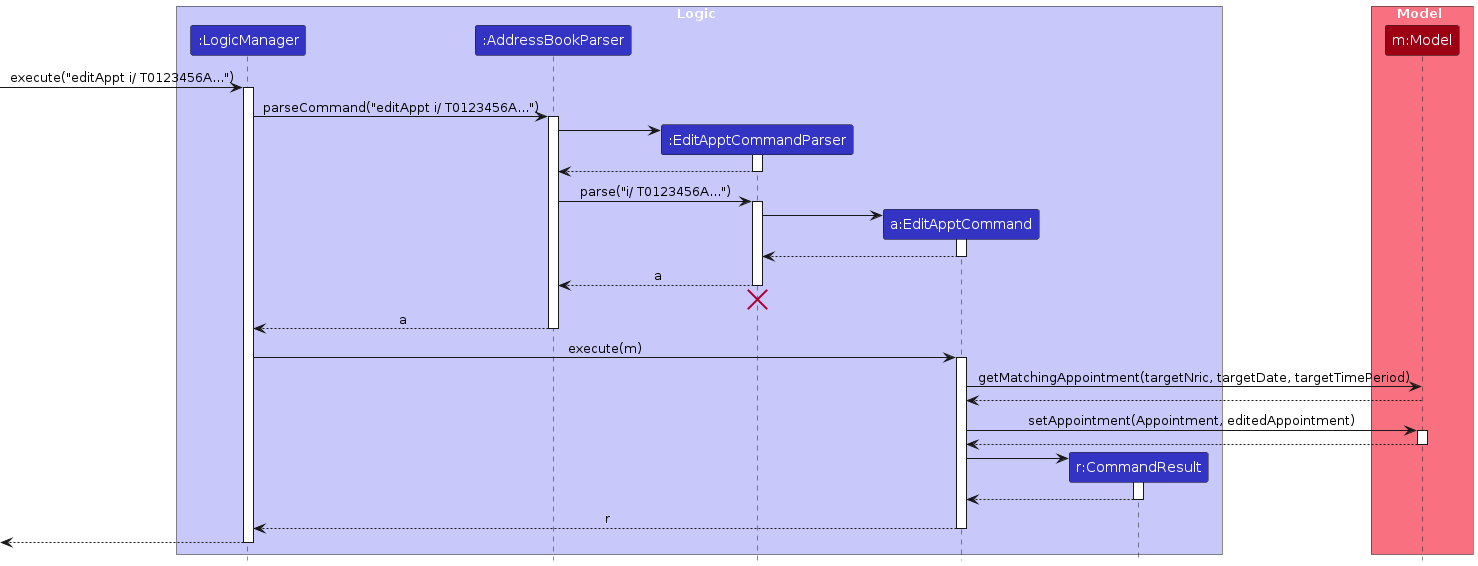
Above: diagrams/EditApptSequenceDiagram.png in AY2324S2-CS2103T-F10-3/tp (PlantUML), before the change. Its source is kept beside it as diagrams/EditApptSequenceDiagram.puml.
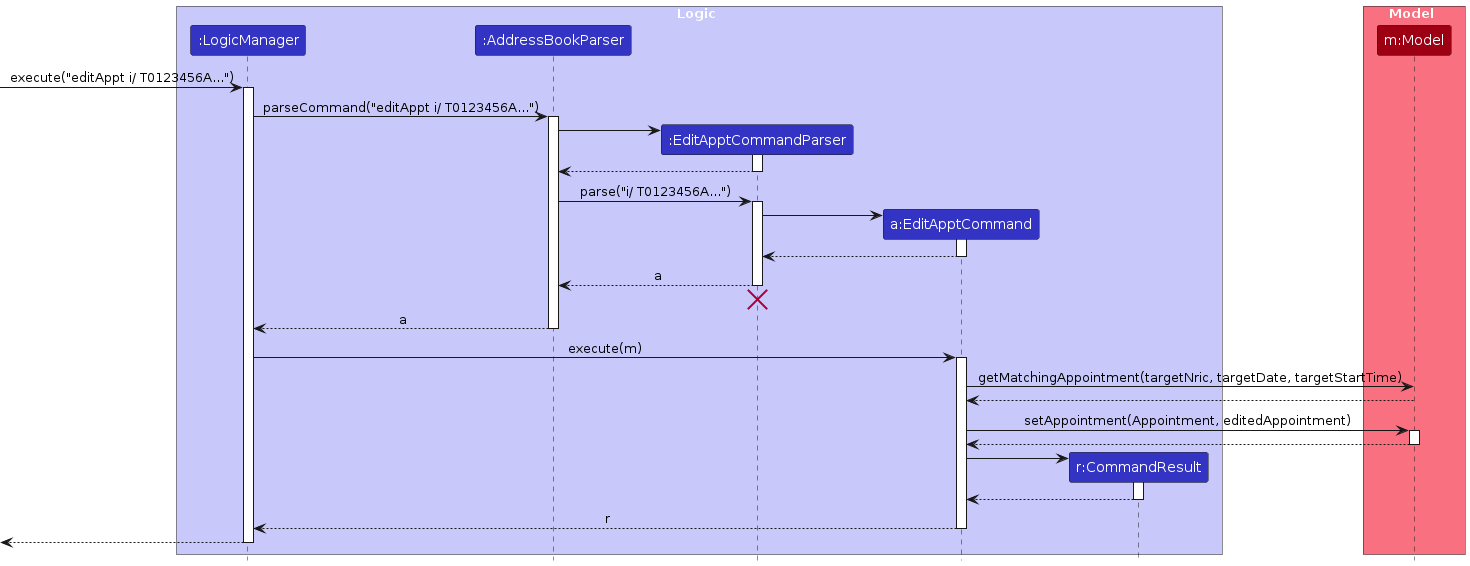
Above is the later version.

What changed in the source:
```diff
@@ -48,7 +48,7 @@
 LogicManager -> EditApptCommand : execute(m)
 activate EditApptCommand
 
-EditApptCommand -> Model : getMatchingAppointment(targetNric, targetDate, targetTimePeriod)
+EditApptCommand -> Model : getMatchingAppointment(targetNric, targetDate, targetStartTime)
 Model --> EditApptCommand
 EditApptCommand -> Model : setAppointment(Appointment, editedAppointment)
 activate Model
```
